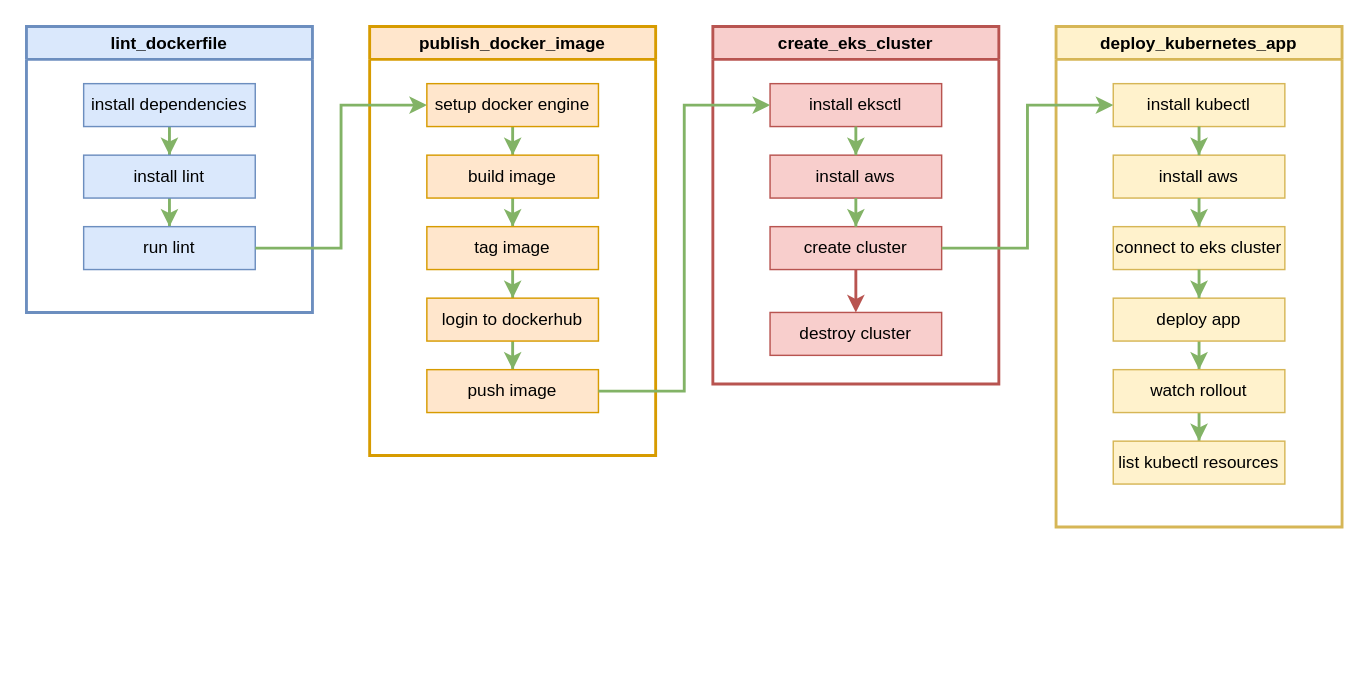
Before: pipeline.drawio in Tr3mo89/udacity-devops-capstone, a draw.io diagram. Source tidied: cells renumbered, new cells numbered last; positions are measured from the earlier drawing's top-left corner, leaving out a move shared by most shapes. Both pictures are drawn from the tidied source at 143%, with x=0, y=0 at pixel (26, 26).
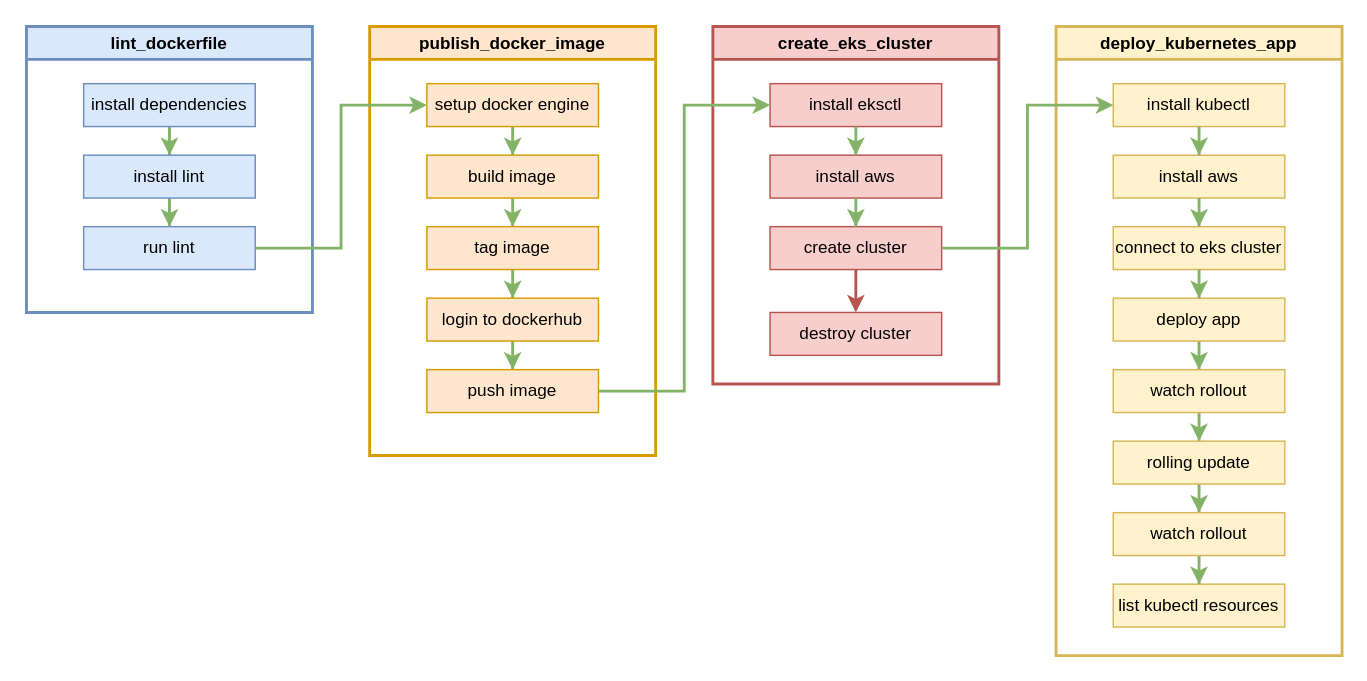
The same page after the edit.

Commit message (it also covers changes not shown here):
adjust pipeline

What changed in the source:
```diff
@@
     <mxCell id="26" value="deploy_kubernetes_app" style="swimlane;fillColor=#fff2cc;strokeColor=#d6b656;strokeWidth=2;" parent="1" vertex="1">
-      <mxGeometry x="720" width="200" height="350" as="geometry" />
+      <mxGeometry x="720" width="200" height="440" as="geometry" />
     </mxCell>
@@
+    <mxCell id="41" style="edgeStyle=orthogonalEdgeStyle;rounded=0;jettySize=auto;html=1;exitX=0.5;exitY=1;exitDx=0;exitDy=0;startSize=5;endSize=6;strokeWidth=2;fillColor=#d5e8d4;strokeColor=#82b366;" parent="26" edge="1" source="37" target="44">
+      <mxGeometry relative="1" as="geometry" />
+    </mxCell>
-    <mxCell id="37" value="list kubectl resources" style="rounded=0;whiteSpace=wrap;html=1;fillColor=#fff2cc;strokeColor=#d6b656;" parent="26" vertex="1">
+    <mxCell id="37" value="rolling update" style="rounded=0;whiteSpace=wrap;html=1;fillColor=#fff2cc;strokeColor=#d6b656;" parent="26" vertex="1">
       <mxGeometry x="40" y="290" width="120" height="30" as="geometry" />
     </mxCell>
+    <mxCell id="42" value="list kubectl resources" style="rounded=0;whiteSpace=wrap;html=1;fillColor=#fff2cc;strokeColor=#d6b656;" parent="26" vertex="1">
+      <mxGeometry x="40" y="390" width="120" height="30" as="geometry" />
+    </mxCell>
+    <mxCell id="43" style="edgeStyle=orthogonalEdgeStyle;rounded=0;jettySize=auto;html=1;exitX=0.5;exitY=1;exitDx=0;exitDy=0;startSize=5;endSize=6;strokeWidth=2;fillColor=#d5e8d4;strokeColor=#82b366;" parent="26" edge="1" source="44" target="42">
+      <mxGeometry relative="1" as="geometry" />
+    </mxCell>
+    <mxCell id="44" value="watch rollout" style="rounded=0;whiteSpace=wrap;html=1;fillColor=#fff2cc;strokeColor=#d6b656;" parent="26" vertex="1">
+      <mxGeometry x="40" y="340" width="120" height="30" as="geometry" />
+    </mxCell>
```
